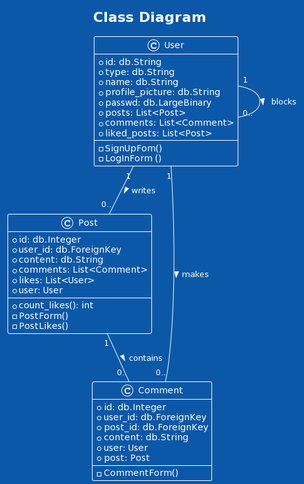
Earlier version of the PlantUML export pics/classDiagram.png (EduardoSalin/motaverse).
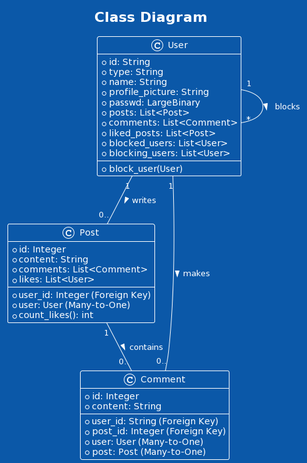
The same diagram one commit later.

Change to the diagram source:
```diff
@@ -1,48 +1,42 @@
 @startuml
 !theme amiga
-
 title Class Diagram
 
 class User {
-  + id: db.String
-  + type: db.String
-  + name: db.String
-  + profile_picture: db.String
-  + passwd: db.LargeBinary
+  + id: String
+  + type: String
+  + name: String
+  + profile_picture: String
+  + passwd: LargeBinary
   + posts: List<Post>
   + comments: List<Comment>
   + liked_posts: List<Post>
-  -SignUpFom()
-  -LogInForm ()
+  + blocked_users: List<User>
+  + blocking_users: List<User>
+  + block_user(User)
 }
 
-
 class Post {
-  + id: db.Integer
-  + user_id: db.ForeignKey
-  + content: db.String
+  + id: Integer
+  + user_id: Integer (Foreign Key)
+  + content: String
   + comments: List<Comment>
   + likes: List<User>
-  + user: User
+  + user: User (Many-to-One)
   + count_likes(): int
-  -PostForm()
-  -PostLikes()
 }
 
 class Comment {
-  + id: db.Integer
-  + user_id: db.ForeignKey
-  + post_id: db.ForeignKey
-  + content: db.String
-  + user: User
-  + post: Post
-  -CommentForm()
+  + id: Integer
+  + user_id: String (Foreign Key)
+  + post_id: Integer (Foreign Key)
+  + content: String
+  + user: User (Many-to-One)
+  + post: Post (Many-to-One)
 }
-
-
 
 User "1" -- "0.." Post : writes >
 User "1" -- "0.." Comment : makes >
-User "1" -- "0.." User : blocks >
+User "1" -- "*" User : blocks >
 Post "1" -- "0.." Comment : contains >
 @enduml
```
